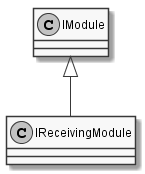
Earlier version of the PlantUML export documents/sd/resources/Classes/Common/Shared/Modules/IReceivingModule.png (insightmind/MORR).
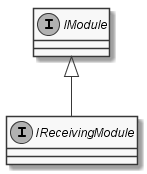
The same file after the commit.

Change to the diagram source:
```diff
@@ -2,5 +2,8 @@
 skinparam monochrome true
 skinparam classAttributeIconSize 0
 
+interface IModule
+interface IReceivingModule
+
 IModule <|-- IReceivingModule
 @enduml
```
